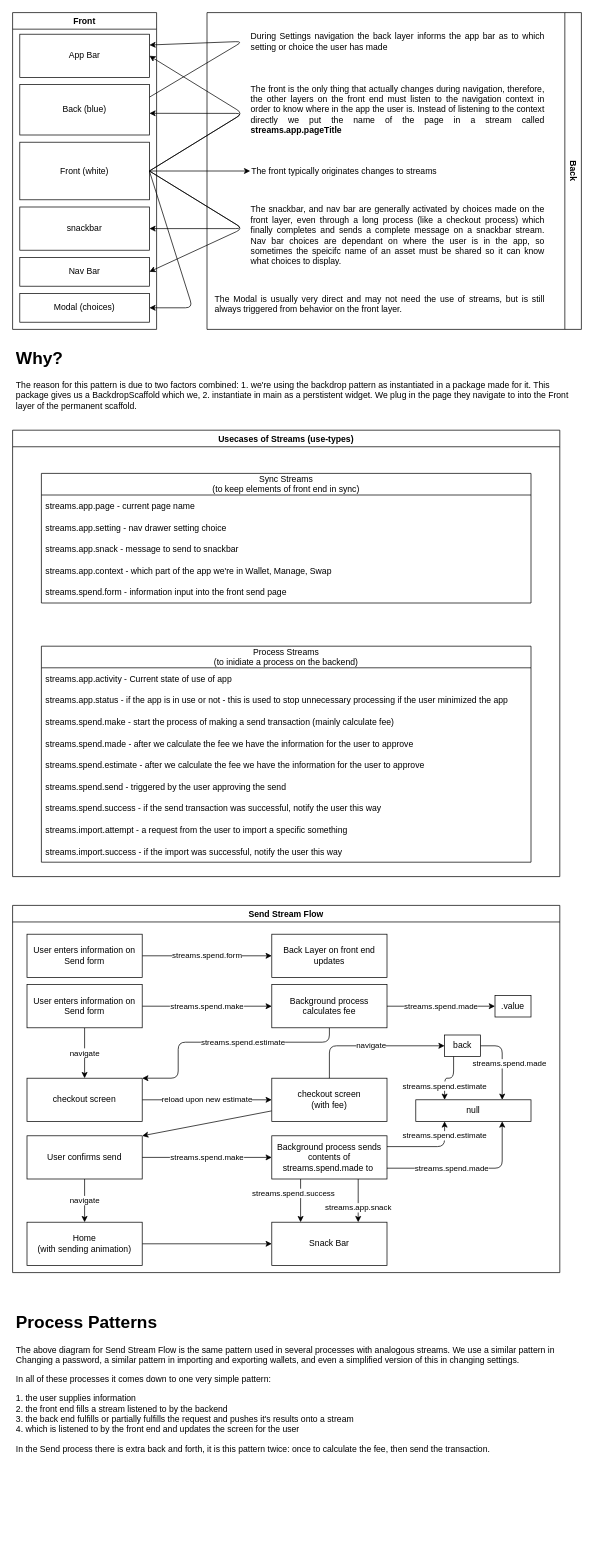
Earlier version of the draw.io diagram raven_back/docs/diagrams/streams/frontend_overview.drawio (moontreeapp/moontree). Source tidied: cells renumbered, new cells numbered last; positions are measured from the earlier drawing's top-left corner, leaving out a move shared by most shapes. Both pictures are drawn from the tidied source at 72%, with x=0, y=0 at pixel (12, 12).
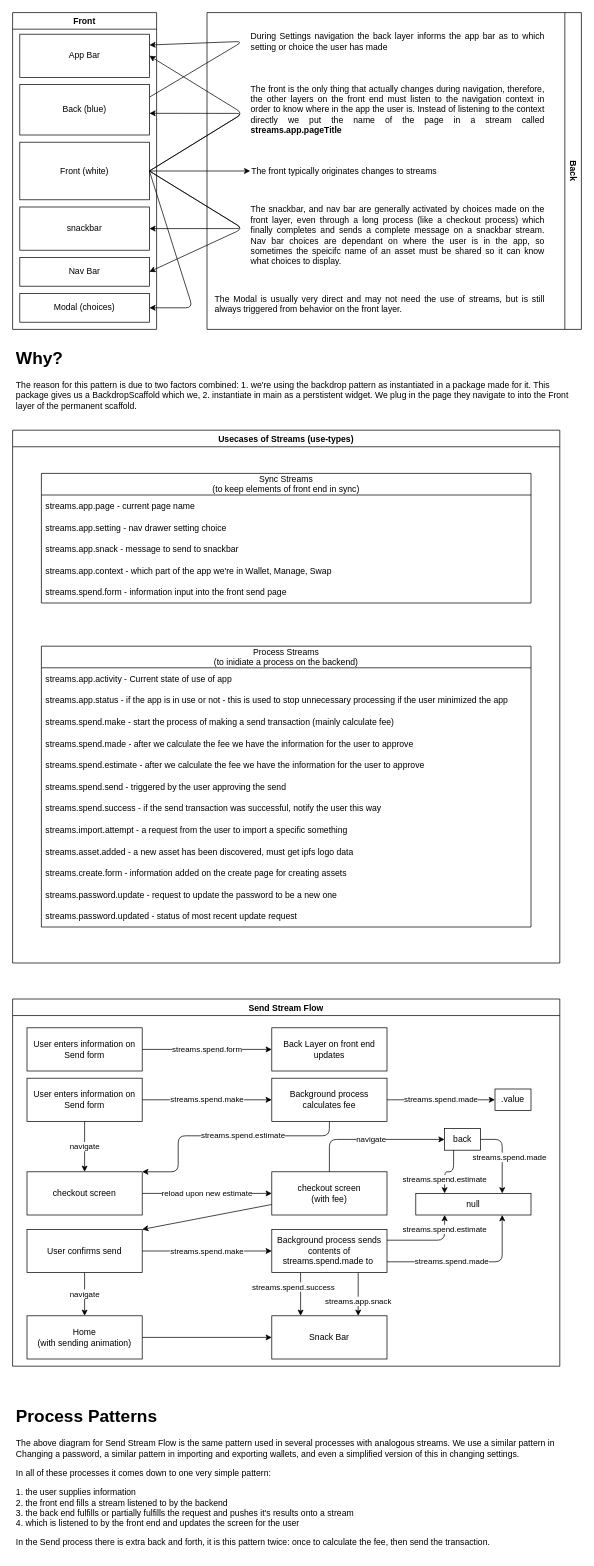
After the change.

The change refers to these unchanged cells:
```xml
<mxCell id="48" value="Background process calculates fee" style="rounded=0;whiteSpace=wrap;html=1;" parent="40" vertex="1">
  <mxGeometry x="360" y="110" width="160" height="60" as="geometry" />
</mxCell>
```

What changed in the source:
```diff
@@
     <mxCell id="23" value="Usecases of Streams (use-types)" style="swimlane;" parent="1" vertex="1">
-      <mxGeometry y="580" width="760" height="620" as="geometry" />
+      <mxGeometry y="580" width="760" height="740" as="geometry" />
     </mxCell>
     <mxCell id="24" value="Process Streams&#10;(to inidiate a process on the backend)" style="swimlane;fontStyle=0;horizontal=1;startSize=30;" parent="23" vertex="1">
-      <mxGeometry x="40" y="300" width="680" height="300" as="geometry" />
+      <mxGeometry x="40" y="300" width="680" height="390" as="geometry" />
     </mxCell>
@@
-    <mxCell id="33" value="streams.import.success - if the import was successful, notify the user this way" style="text;strokeColor=none;fillColor=none;align=left;verticalAlign=middle;spacingLeft=4;spacingRight=4;overflow=hidden;" parent="24" vertex="1">
+    <mxCell id="33" value="streams.asset.added - a new asset has been discovered, must get ipfs logo data" style="text;strokeColor=none;fillColor=none;align=left;verticalAlign=middle;spacingLeft=4;spacingRight=4;overflow=hidden;" parent="24" vertex="1">
       <mxGeometry y="270" width="680" height="30" as="geometry" />
     </mxCell>
+    <mxCell id="72" value="streams.create.form - information added on the create page for creating assets" style="text;strokeColor=none;fillColor=none;align=left;verticalAlign=middle;spacingLeft=4;spacingRight=4;overflow=hidden;" parent="24" vertex="1">
+      <mxGeometry y="300" width="680" height="30" as="geometry" />
+    </mxCell>
+    <mxCell id="73" value="streams.password.update - request to update the password to be a new one" style="text;strokeColor=none;fillColor=none;align=left;verticalAlign=middle;spacingLeft=4;spacingRight=4;overflow=hidden;" parent="24" vertex="1">
+      <mxGeometry y="330" width="680" height="30" as="geometry" />
+    </mxCell>
+    <mxCell id="74" value="streams.password.updated - status of most recent update request" style="text;strokeColor=none;fillColor=none;align=left;verticalAlign=middle;spacingLeft=4;spacingRight=4;overflow=hidden;" parent="24" vertex="1">
+      <mxGeometry y="360" width="680" height="30" as="geometry" />
+    </mxCell>
@@
     <mxCell id="40" value="Send Stream Flow" style="swimlane;" parent="1" vertex="1">
-      <mxGeometry y="1240" width="760" height="510" as="geometry" />
+      <mxGeometry y="1370" width="760" height="510" as="geometry" />
     </mxCell>
@@
     <mxCell id="70" value="streams.spend.made" style="edgeStyle=none;html=1;" parent="1" edge="1" source="48">
       <mxGeometry relative="1" as="geometry">
-        <mxPoint x="670" y="1380" as="targetPoint" />
+        <mxPoint x="670" y="1510" as="targetPoint" />
       </mxGeometry>
     </mxCell>
     <mxCell id="71" value="&lt;h1&gt;Process Patterns&lt;/h1&gt;&lt;p&gt;The above diagram for Send Stream Flow is the same pattern used in several processes with analogous streams. We use a similar pattern in Changing a password, a similar pattern in importing and exporting wallets, and even a simplified version of this in changing settings.&lt;/p&gt;&lt;p&gt;In all of these processes it comes down to one very simple pattern:&amp;nbsp;&lt;/p&gt;&lt;p&gt;1. the user supplies information&lt;br&gt;2. the front end fills a stream listened to by the backend&lt;br&gt;3. the back end fulfills or partially fulfills the request and pushes it's results onto a stream&lt;br&gt;4. which is listened to by the front end and updates the screen for the user&lt;/p&gt;&lt;p&gt;In the Send process there is extra back and forth, it is this pattern twice: once to calculate the fee, then send the transaction.&lt;/p&gt;" style="text;html=1;strokeColor=none;fillColor=none;spacing=5;spacingTop=-20;whiteSpace=wrap;overflow=hidden;rounded=0;" parent="1" vertex="1">
-      <mxGeometry y="1800" width="760" height="320" as="geometry" />
+      <mxGeometry y="1930" width="760" height="210" as="geometry" />
     </mxCell>
```
